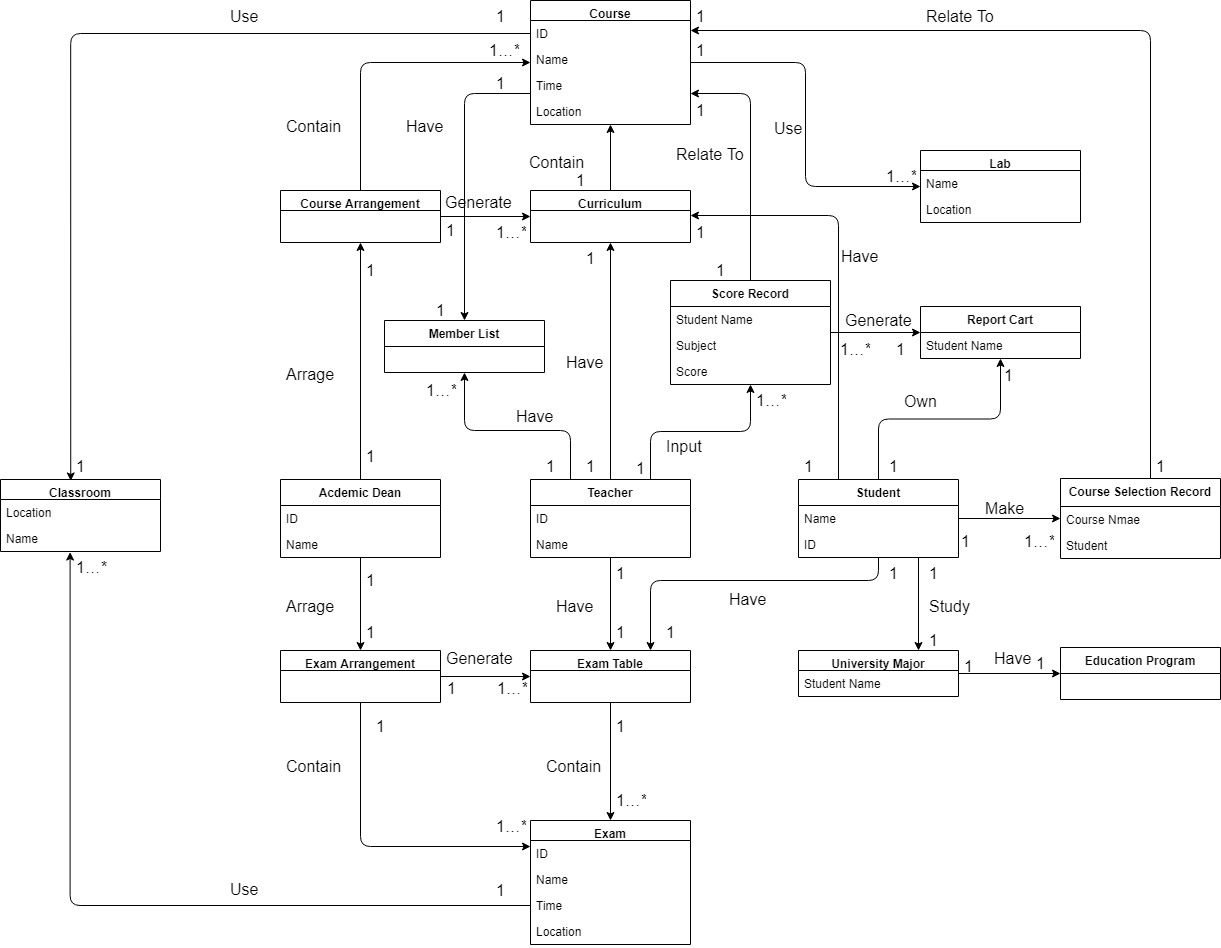
The draw.io diagram 领域模型/领域模型.png in bupt-juniorTeam/OOAD, before a commit. Source tidied: cells renumbered, new cells last; positions are measured from the earlier drawing's top-left corner, leaving out a move shared by most shapes.
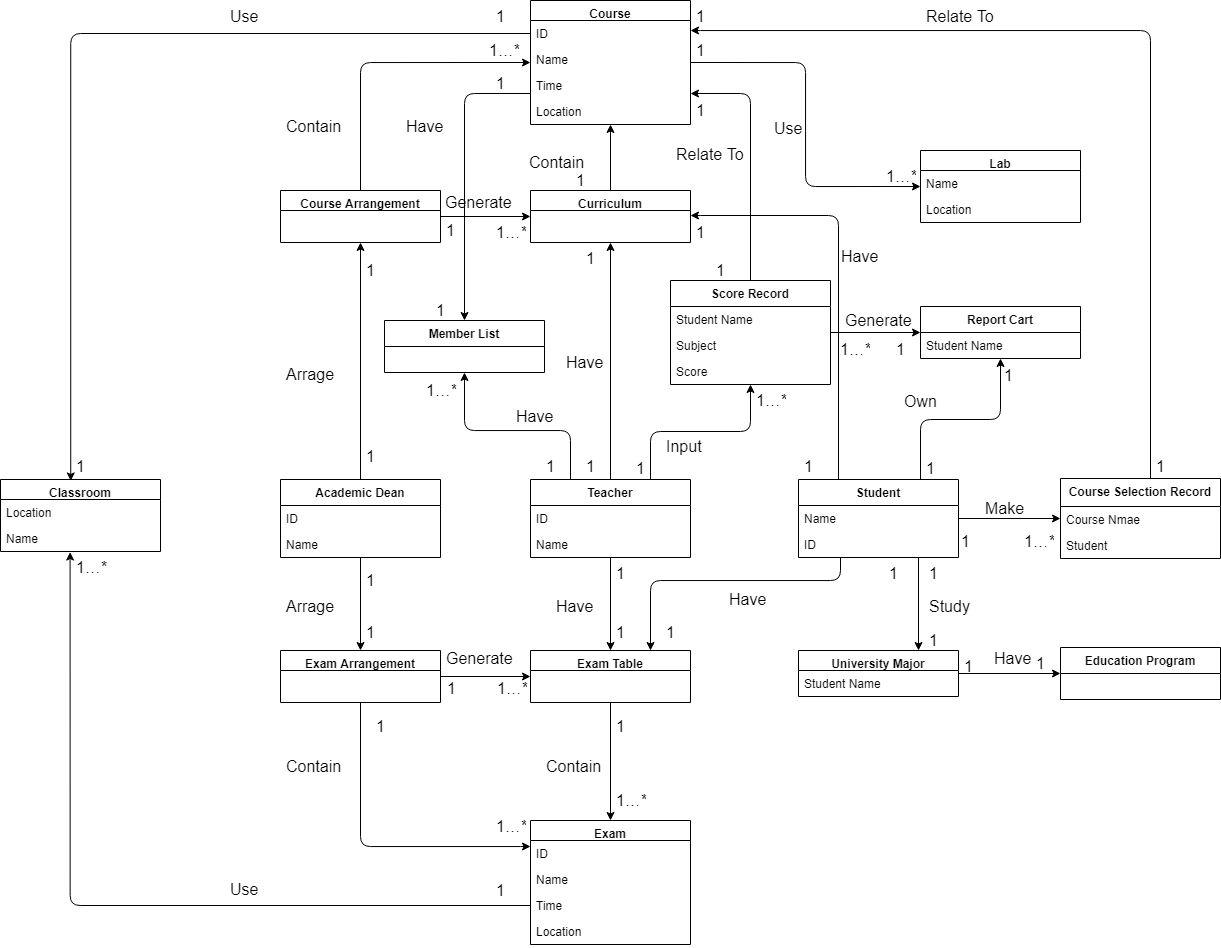
The same file after the commit.

Diff of the diagram source:
```diff
@@ -3,12 +3,17 @@
     <mxCell id="0" />
     <mxCell id="1" parent="0" />
     <mxCell id="2" style="edgeStyle=orthogonalEdgeStyle;rounded=1;jettySize=auto;html=1;entryX=0.5;entryY=1;entryDx=0;entryDy=0;startArrow=none;startFill=0;" parent="1" edge="1" source="6" target="45">
-      <mxGeometry relative="1" as="geometry" />
+      <mxGeometry relative="1" as="geometry">
+        <Array as="points">
+          <mxPoint x="920" y="419" />
+          <mxPoint x="1000" y="419" />
+        </Array>
+      </mxGeometry>
     </mxCell>
     <mxCell id="3" style="edgeStyle=orthogonalEdgeStyle;rounded=1;jettySize=auto;html=1;entryX=0.75;entryY=0;entryDx=0;entryDy=0;startArrow=none;startFill=0;" parent="1" edge="1" source="6" target="59">
       <mxGeometry relative="1" as="geometry">
         <Array as="points">
-          <mxPoint x="878" y="580" />
+          <mxPoint x="840" y="580" />
           <mxPoint x="650" y="580" />
         </Array>
       </mxGeometry>
@@ -34,7 +39,7 @@
     <mxCell id="10" style="edgeStyle=orthogonalEdgeStyle;rounded=1;jettySize=auto;html=1;entryX=0.5;entryY=0;entryDx=0;entryDy=0;startArrow=none;startFill=0;" parent="1" edge="1" source="11" target="38">
       <mxGeometry relative="1" as="geometry" />
     </mxCell>
-    <mxCell id="11" value="Acdemic Dean" style="swimlane;fontStyle=1;align=center;verticalAlign=top;horizontal=1;startSize=26;" parent="1" vertex="1">
+    <mxCell id="11" value="Academic Dean" style="swimlane;fontStyle=1;align=center;verticalAlign=top;horizontal=1;startSize=26;" parent="1" vertex="1">
       <mxGeometry x="280" y="479" width="160" height="78" as="geometry" />
     </mxCell>
     <mxCell id="12" value="ID" style="text;strokeColor=none;fillColor=none;align=left;verticalAlign=top;spacingLeft=4;spacingRight=4;overflow=hidden;" parent="11" vertex="1">
@@ -430,7 +435,7 @@
       <mxGeometry x="988" y="642" width="160" height="26" as="geometry" />
     </mxCell>
     <mxCell id="132" value="1" style="text;strokeColor=none;fillColor=none;align=left;verticalAlign=top;spacingLeft=4;spacingRight=4;overflow=hidden;fontSize=16;" parent="1" vertex="1">
-      <mxGeometry x="883" y="450" width="40" height="26" as="geometry" />
+      <mxGeometry x="920" y="452" width="40" height="26" as="geometry" />
     </mxCell>
     <mxCell id="133" value="1" style="text;strokeColor=none;fillColor=none;align=left;verticalAlign=top;spacingLeft=4;spacingRight=4;overflow=hidden;fontSize=16;" parent="1" vertex="1">
       <mxGeometry x="998" y="359" width="40" height="26" as="geometry" />
```
